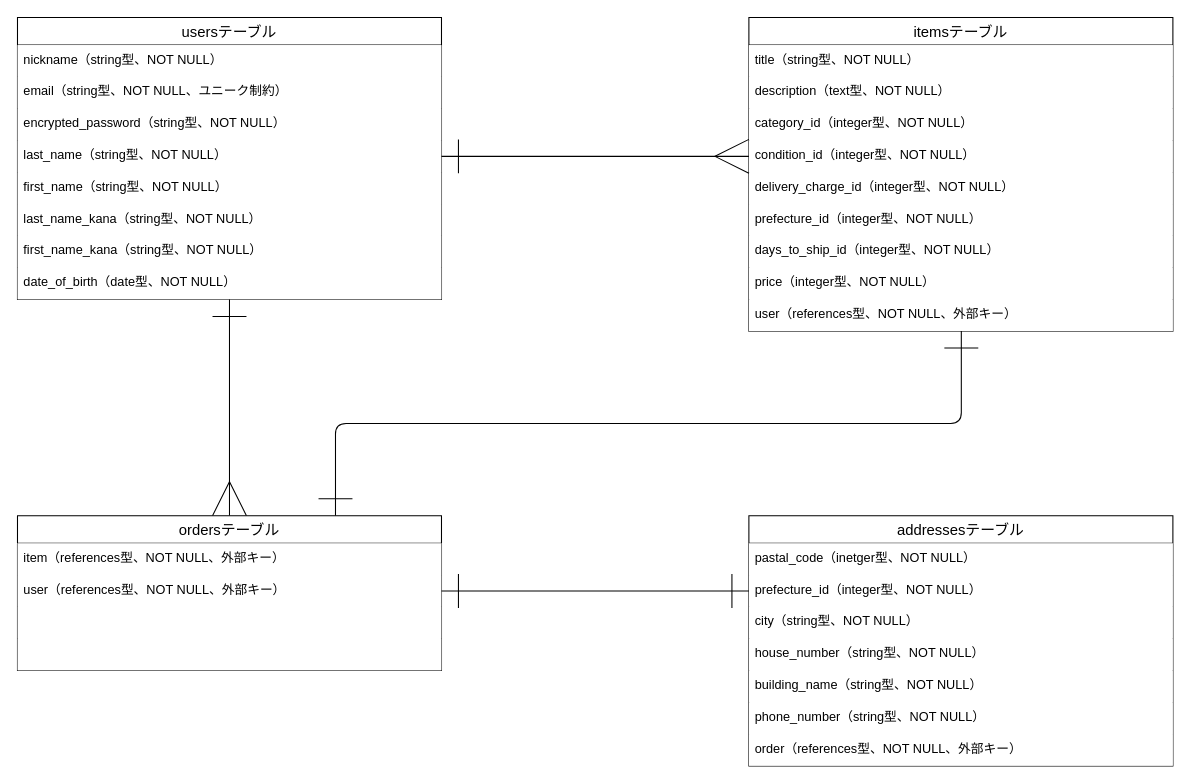
The draw.io diagram ER_frima.dio in barsea/furima-36858, before the edit. Source tidied: cells renumbered, new cells numbered last; positions are measured from the earlier drawing's top-left corner, leaving out a move shared by most shapes. Both pictures are drawn from the tidied source at 106%, with x=0, y=0 at pixel (17, 17).
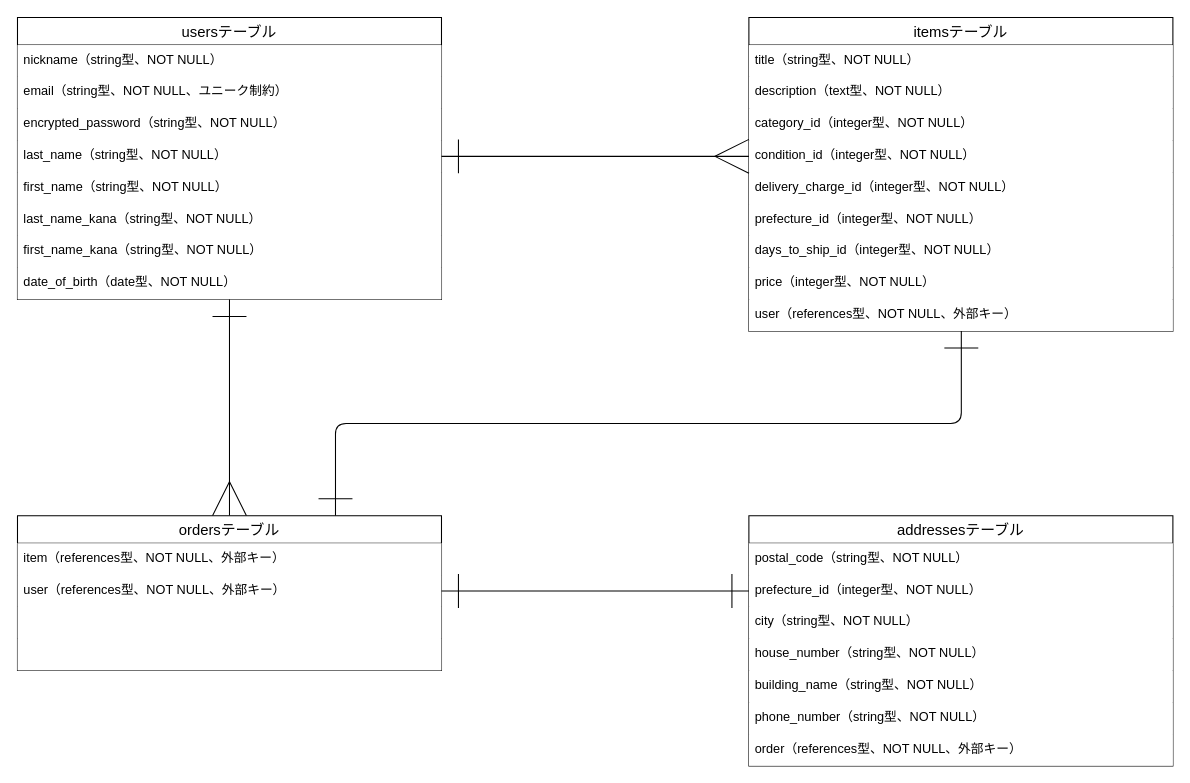
After the change.

Commit message (it also covers changes not shown here):
ER図及びREADMEの修正

The change refers to these unchanged cells:
```xml
<mxCell id="29" value="addressesテーブル" style="swimlane;fontStyle=0;horizontal=1;startSize=26;align=center;fontSize=14;strokeColor=default;" parent="1" vertex="1">
  <mxGeometry x="690" y="470" width="400" height="236" as="geometry" />
</mxCell>
```

Change to the diagram source:
```diff
@@
-    <mxCell id="30" value="pastal_code（inetger型、NOT NULL）" style="text;strokeColor=none;fillColor=default;spacingLeft=4;spacingRight=4;overflow=hidden;fontSize=12;" parent="29" vertex="1">
+    <mxCell id="30" value="postal_code（string型、NOT NULL）" style="text;strokeColor=none;fillColor=default;spacingLeft=4;spacingRight=4;overflow=hidden;fontSize=12;" parent="29" vertex="1">
       <mxGeometry y="26" width="400" height="30" as="geometry" />
     </mxCell>
```
